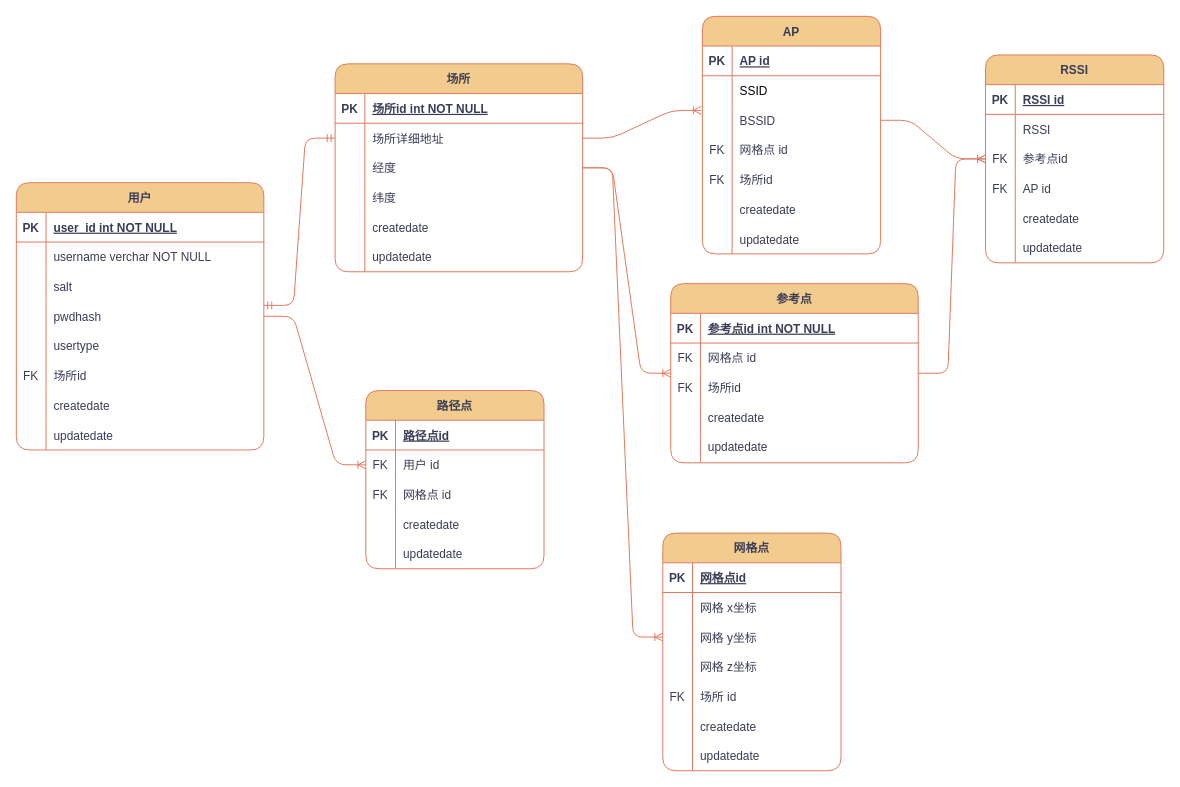
Before: 毕业设计ER图.drawio in gaohongy/Graduation-Project, a draw.io diagram. Source tidied: cells renumbered, new cells numbered last; positions are measured from the earlier drawing's top-left corner, leaving out a move shared by most shapes. Both pictures are drawn from the tidied source at 99%, with x=0, y=0 at pixel (16, 16).
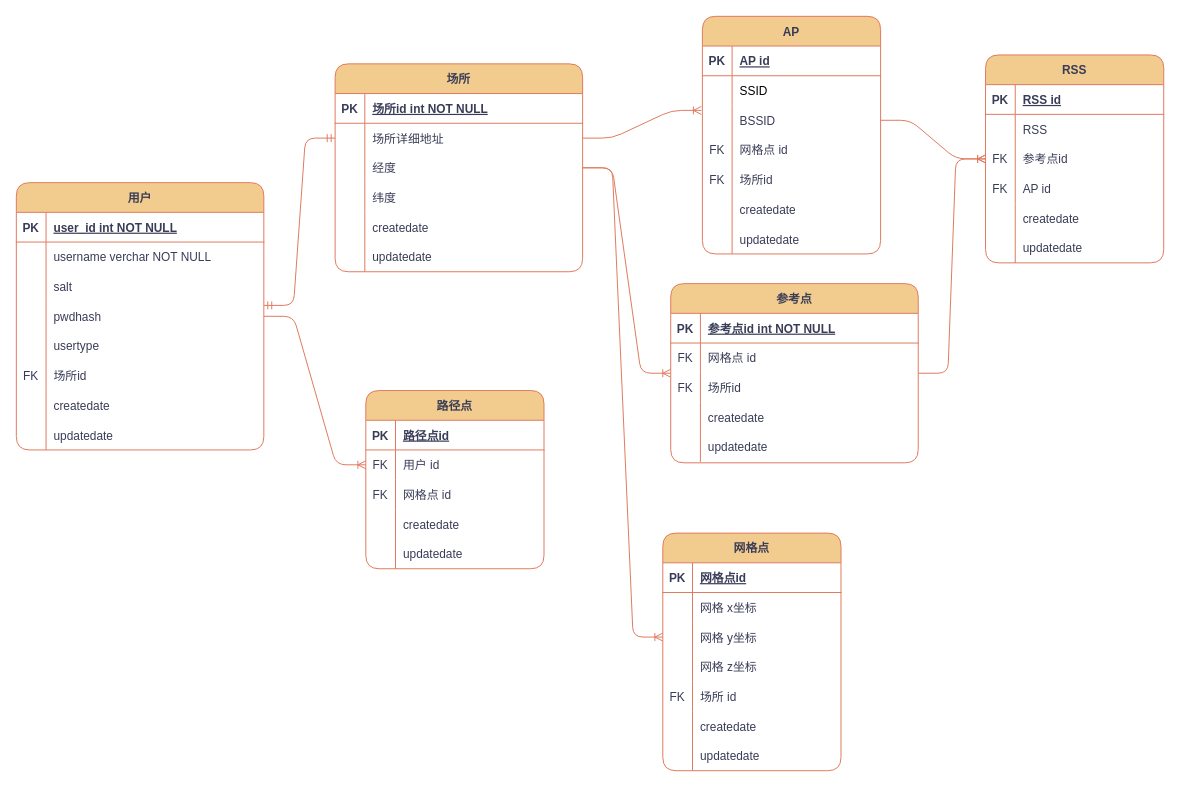
After the change.

Unchanged cells that the change refers to:
```xml
<mxCell id="85" style="shape=tableRow;horizontal=0;startSize=0;swimlaneHead=0;swimlaneBody=0;fillColor=none;top=0;left=0;right=0;bottom=1;labelBackgroundColor=none;strokeColor=#E07A5F;fontColor=#393C56;rounded=1;" parent="84" vertex="1">
  <mxGeometry y="30" width="180" height="30" as="geometry" />
</mxCell>
<mxCell id="88" style="shape=tableRow;horizontal=0;startSize=0;swimlaneHead=0;swimlaneBody=0;fillColor=none;top=0;left=0;right=0;bottom=0;labelBackgroundColor=none;strokeColor=#E07A5F;fontColor=#393C56;rounded=1;" parent="84" vertex="1">
  <mxGeometry y="60" width="180" height="30" as="geometry" />
</mxCell>
```

Diff of the diagram source:
```diff
@@
-    <mxCell id="84" value="RSSI" style="shape=table;startSize=30;childLayout=tableLayout;rowLines=0;fontStyle=1;align=center;labelBackgroundColor=none;fillColor=#F2CC8F;strokeColor=#E07A5F;fontColor=#393C56;rounded=1;" parent="1" vertex="1">
+    <mxCell id="84" value="RSS" style="shape=table;startSize=30;childLayout=tableLayout;rowLines=0;fontStyle=1;align=center;labelBackgroundColor=none;fillColor=#F2CC8F;strokeColor=#E07A5F;fontColor=#393C56;rounded=1;" parent="1" vertex="1">
       <mxGeometry x="979" y="39" width="180" height="210" as="geometry" />
     </mxCell>
@@
-    <mxCell id="87" value="RSSI id" style="shape=partialRectangle;fillColor=none;top=0;left=0;bottom=0;right=0;align=left;spacingLeft=6;fontStyle=5;overflow=hidden;labelBackgroundColor=none;strokeColor=#E07A5F;fontColor=#393C56;rounded=1;" parent="85" vertex="1">
+    <mxCell id="87" value="RSS id" style="shape=partialRectangle;fillColor=none;top=0;left=0;bottom=0;right=0;align=left;spacingLeft=6;fontStyle=5;overflow=hidden;labelBackgroundColor=none;strokeColor=#E07A5F;fontColor=#393C56;rounded=1;" parent="85" vertex="1">
       <mxGeometry x="30" width="150" height="30" as="geometry" />
     </mxCell>
@@
-    <mxCell id="90" value="RSSI" style="shape=partialRectangle;fillColor=none;top=0;left=0;bottom=0;right=0;align=left;spacingLeft=6;overflow=hidden;labelBackgroundColor=none;strokeColor=#E07A5F;fontColor=#393C56;rounded=1;" parent="88" vertex="1">
+    <mxCell id="90" value="RSS" style="shape=partialRectangle;fillColor=none;top=0;left=0;bottom=0;right=0;align=left;spacingLeft=6;overflow=hidden;labelBackgroundColor=none;strokeColor=#E07A5F;fontColor=#393C56;rounded=1;" parent="88" vertex="1">
       <mxGeometry x="30" width="150" height="30" as="geometry" />
     </mxCell>
```
